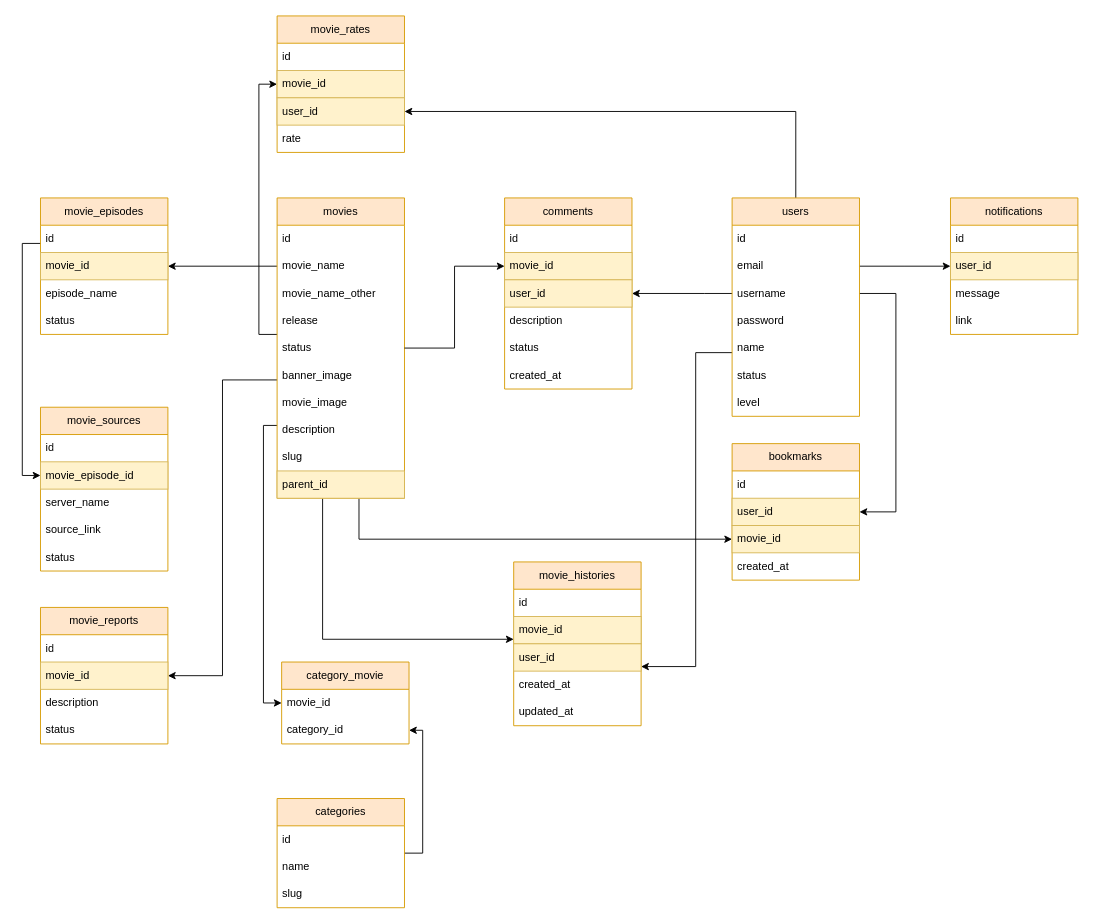
The draw.io diagram movies_erd.drawio in chinhps/movie-project, before the edit. Source tidied: cells renumbered, new cells numbered last; positions are measured from the earlier drawing's top-left corner, leaving out a move shared by most shapes. Both pictures are drawn from the tidied source at 91%, with x=0, y=0 at pixel (22, 15).
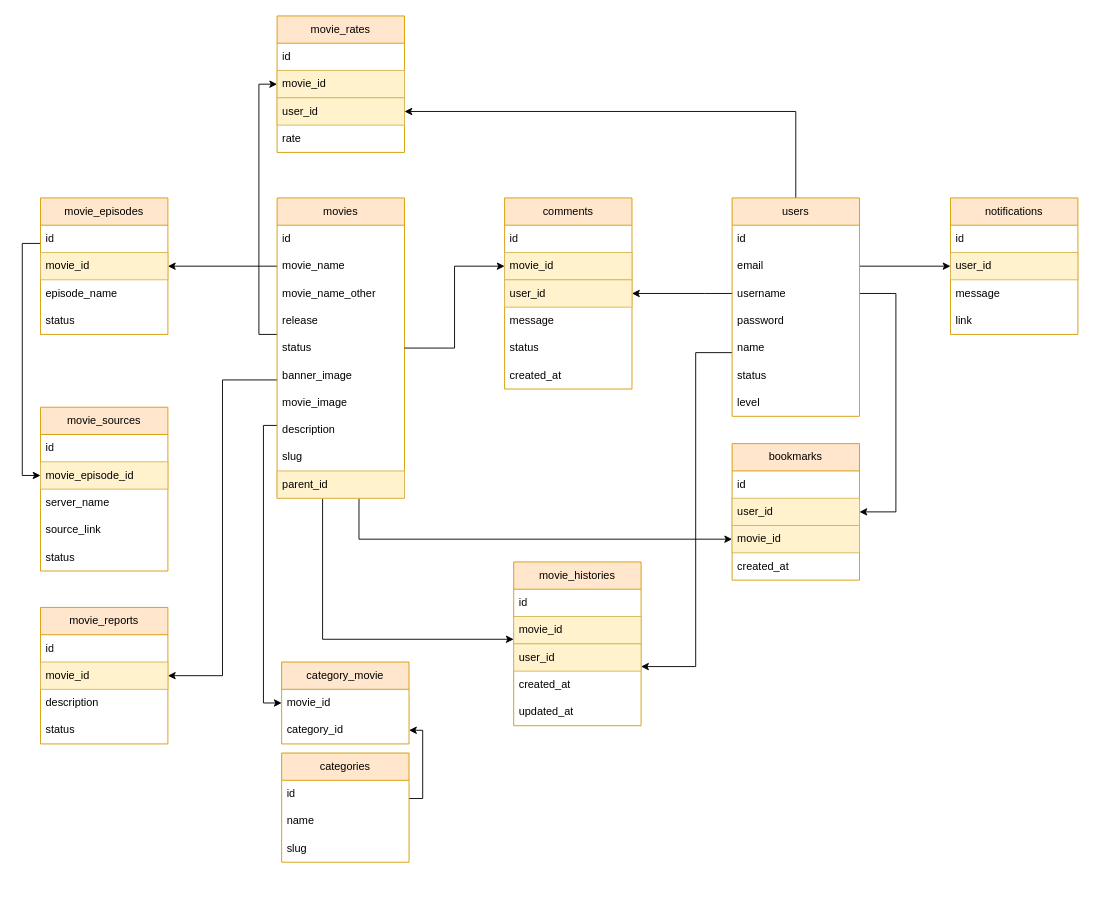
Above is the later version.

Unchanged cells that the change refers to:
```xml
<mxCell id="25" value="comments" style="swimlane;fontStyle=0;horizontal=1;startSize=30;whiteSpace=wrap;html=1;fillColor=#ffe6cc;strokeColor=#d79b00;" parent="1" vertex="1">
  <mxGeometry x="530" y="200" width="140" height="210" as="geometry" />
</mxCell>
<mxCell id="85" value="category_id" style="text;strokeColor=none;fillColor=none;align=left;verticalAlign=middle;spacingLeft=4;spacingRight=4;overflow=hidden;points=[[0,0.5],[1,0.5]];portConstraint=eastwest;whiteSpace=wrap;html=1;" parent="83" vertex="1">
  <mxGeometry y="60" width="140" height="30" as="geometry" />
</mxCell>
```

Change to the diagram source:
```diff
@@
-    <mxCell id="29" value="description" style="text;strokeColor=none;fillColor=none;align=left;verticalAlign=middle;spacingLeft=4;spacingRight=4;overflow=hidden;whiteSpace=wrap;html=1;" parent="25" vertex="1">
+    <mxCell id="29" value="message" style="text;strokeColor=none;fillColor=none;align=left;verticalAlign=middle;spacingLeft=4;spacingRight=4;overflow=hidden;whiteSpace=wrap;html=1;" parent="25" vertex="1">
       <mxGeometry y="120" width="140" height="30" as="geometry" />
     </mxCell>
@@
     <mxCell id="78" style="edgeStyle=orthogonalEdgeStyle;rounded=0;jettySize=auto;html=1;entryX=1;entryY=0.5;entryDx=0;entryDy=0;" parent="1" edge="1" source="79" target="85">
       <mxGeometry relative="1" as="geometry">
         <Array as="points">
-          <mxPoint x="440" y="920" />
+          <mxPoint x="440" y="860" />
           <mxPoint x="440" y="785" />
         </Array>
       </mxGeometry>
     </mxCell>
     <mxCell id="79" value="categories" style="swimlane;fontStyle=0;horizontal=1;startSize=30;whiteSpace=wrap;html=1;fillColor=#ffe6cc;strokeColor=#d79b00;" parent="1" vertex="1">
-      <mxGeometry x="280" y="860" width="140" height="120" as="geometry" />
+      <mxGeometry x="285" y="810" width="140" height="120" as="geometry" />
     </mxCell>
```
